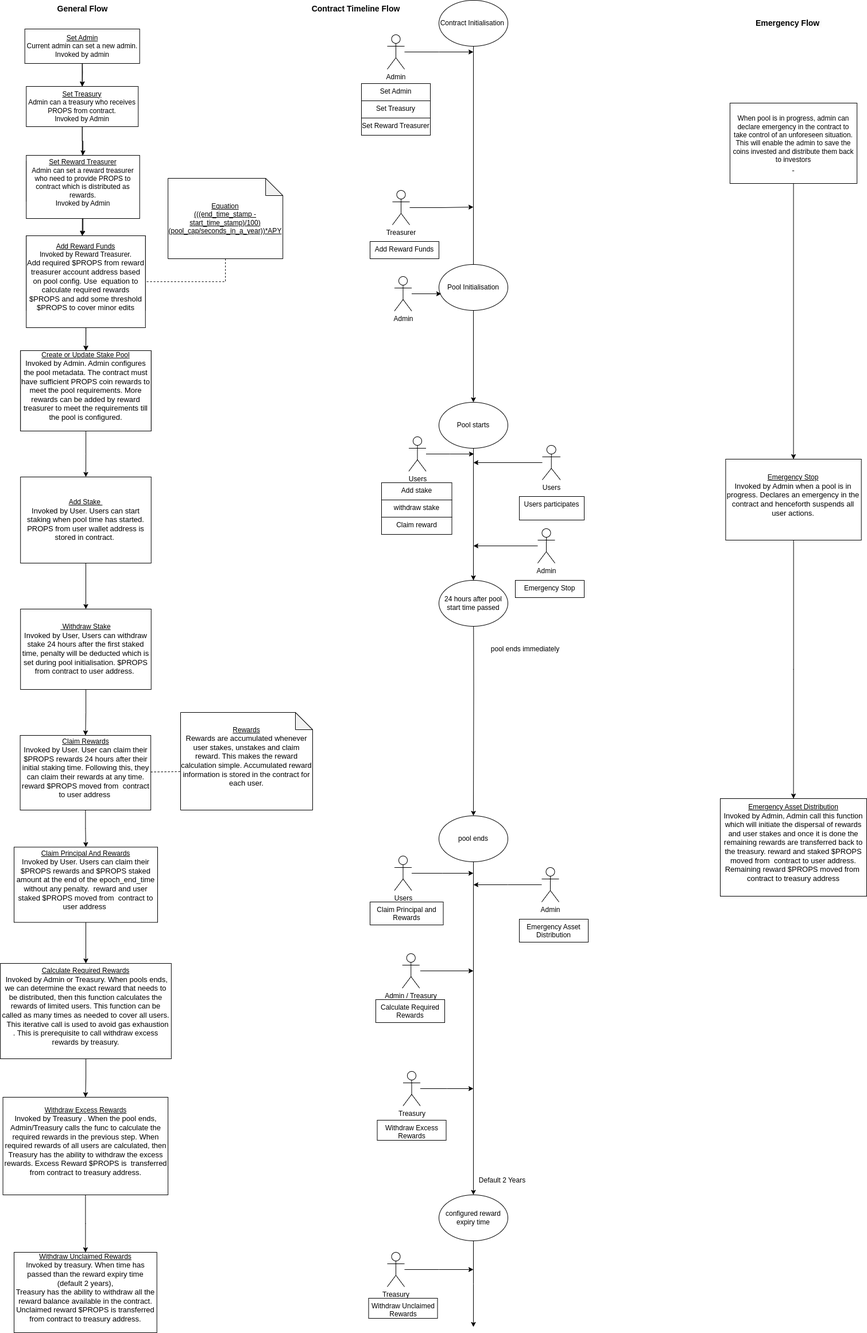
Propbase-Application/propbase_staking_blockchain keeps this draw.io diagram as docs/staking_functional_diagram.png. Above is the earlier version. Source tidied: cells renumbered, new cells last; positions are measured from the earlier drawing's top-left corner, leaving out a move shared by most shapes.
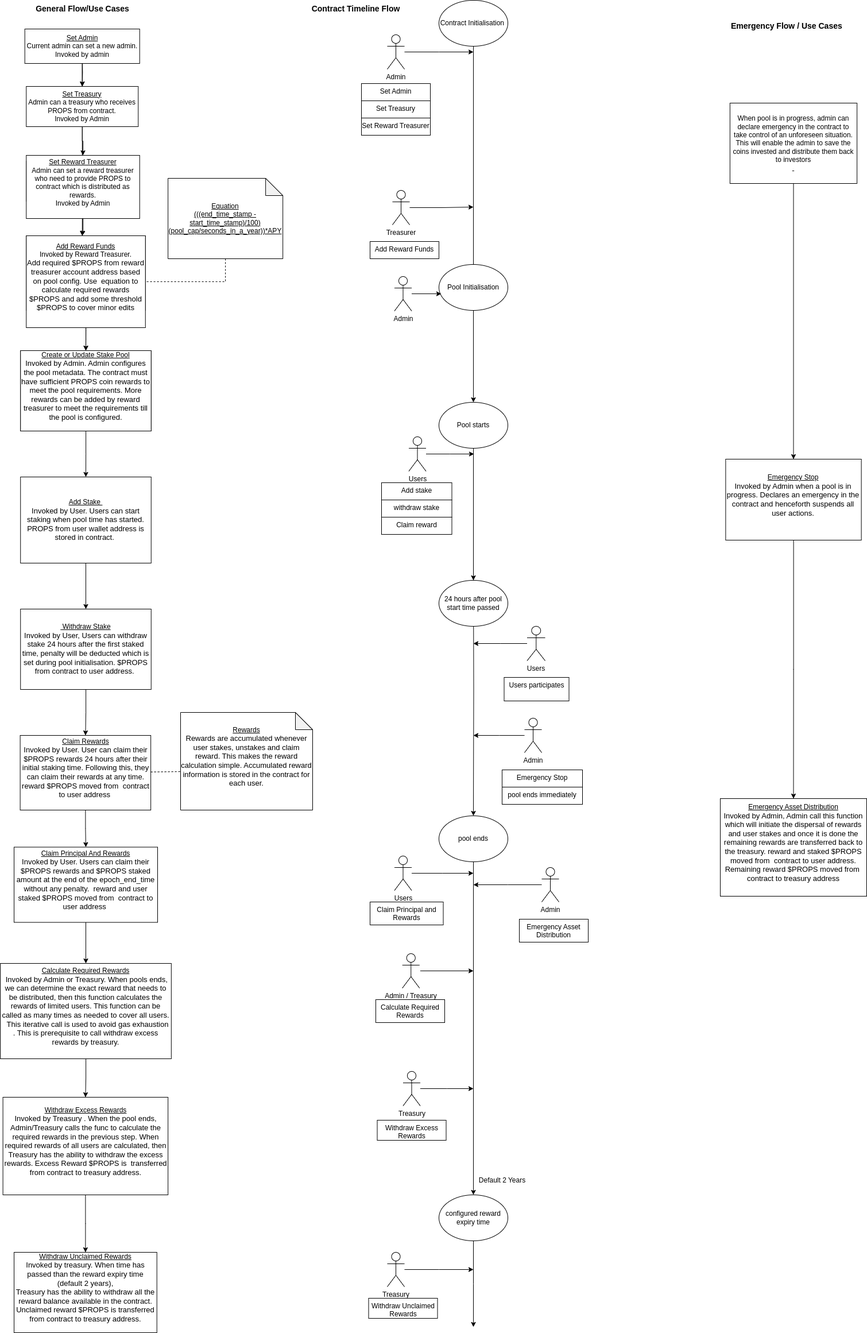
The same file after the commit.

The edit, as a diff of the source:
```diff
@@ -27,8 +27,8 @@
     <mxCell id="8" value="&lt;u&gt;Add Reward Funds&lt;/u&gt;&lt;br&gt;&lt;font style=&quot;font-size: 13px;&quot;&gt;Add required $PROPS from reward treasurer account address based on pool config use&amp;nbsp; equation to calculate required rewards $PROPS and add some threshold $PROPS to cover minor edits&lt;br&gt;&amp;nbsp;&lt;/font&gt;&amp;nbsp;" style="rounded=0;whiteSpace=wrap;html=1;" parent="1" vertex="1">
       <mxGeometry x="45.2" y="410" width="207.5" height="130" as="geometry" />
     </mxCell>
-    <mxCell id="9" value="&lt;b&gt;&lt;font style=&quot;font-size: 14px;&quot;&gt;General Flow&lt;/font&gt;&lt;/b&gt;" style="text;html=1;align=center;verticalAlign=middle;strokeColor=none;fillColor=none;" parent="1" vertex="1">
-      <mxGeometry x="87.8" width="110" height="30" as="geometry" />
+    <mxCell id="9" value="&lt;b&gt;&lt;font style=&quot;font-size: 14px;&quot;&gt;General Flow/Use Cases&lt;/font&gt;&lt;/b&gt;" style="text;html=1;align=center;verticalAlign=middle;strokeColor=none;fillColor=none;" parent="1" vertex="1">
+      <mxGeometry x="47.8" width="190" height="30" as="geometry" />
     </mxCell>
     <mxCell id="10" style="edgeStyle=orthogonalEdgeStyle;rounded=0;jettySize=auto;html=1;entryX=0.5;entryY=0;entryDx=0;entryDy=0;" parent="1" edge="1" source="11" target="13">
       <mxGeometry relative="1" as="geometry" />
@@ -63,8 +63,8 @@
     <mxCell id="20" value="&lt;u&gt;Withdraw Unclaimed Rewards&lt;/u&gt;&lt;br&gt;&lt;font style=&quot;font-size: 13px;&quot;&gt;Invoked by treasury. When time has passed than the reward expiry time (default 2 years),&lt;br&gt;Treasury has the ability to withdraw all the reward balance available in the contract. Unclaimed reward $PROPS is transferred from contract to treasury address.&lt;br&gt;&amp;nbsp;&lt;/font&gt;&amp;nbsp;" style="rounded=0;whiteSpace=wrap;html=1;" parent="1" vertex="1">
       <mxGeometry x="24" y="2180" width="248.8" height="140" as="geometry" />
     </mxCell>
-    <mxCell id="21" value="&lt;span style=&quot;color: rgb(0, 0, 0); font-family: Helvetica; font-style: normal; font-variant-ligatures: normal; font-variant-caps: normal; letter-spacing: normal; orphans: 2; text-align: center; text-indent: 0px; text-transform: none; widows: 2; word-spacing: 0px; -webkit-text-stroke-width: 0px; background-color: rgb(251, 251, 251); text-decoration-thickness: initial; text-decoration-style: initial; text-decoration-color: initial; float: none; display: inline !important;&quot;&gt;&lt;font style=&quot;font-size: 14px;&quot;&gt;&lt;b&gt;Emergency Flow&amp;nbsp;&lt;/b&gt;&lt;/font&gt;&lt;/span&gt;" style="text;whiteSpace=wrap;html=1;" parent="1" vertex="1">
-      <mxGeometry x="1314" y="25" width="130" height="30" as="geometry" />
+    <mxCell id="21" value="&lt;span style=&quot;color: rgb(0, 0, 0); font-family: Helvetica; font-style: normal; font-variant-ligatures: normal; font-variant-caps: normal; letter-spacing: normal; orphans: 2; text-align: center; text-indent: 0px; text-transform: none; widows: 2; word-spacing: 0px; -webkit-text-stroke-width: 0px; background-color: rgb(251, 251, 251); text-decoration-thickness: initial; text-decoration-style: initial; text-decoration-color: initial; float: none; display: inline !important;&quot;&gt;&lt;font style=&quot;font-size: 14px;&quot;&gt;&lt;b&gt;Emergency Flow / Use Cases&lt;/b&gt;&lt;/font&gt;&lt;/span&gt;" style="text;whiteSpace=wrap;html=1;" parent="1" vertex="1">
+      <mxGeometry x="1270.9" y="30" width="210" height="30" as="geometry" />
     </mxCell>
     <mxCell id="22" style="edgeStyle=orthogonalEdgeStyle;rounded=0;jettySize=auto;html=1;entryX=0.5;entryY=0;entryDx=0;entryDy=0;" parent="1" edge="1" source="23" target="26">
       <mxGeometry relative="1" as="geometry" />
@@ -192,24 +192,24 @@
     <mxCell id="59" value="Users" style="shape=umlActor;verticalLabelPosition=bottom;verticalAlign=top;html=1;outlineConnect=0;" parent="1" vertex="1">
       <mxGeometry x="686.5" y="1490" width="30" height="60" as="geometry" />
     </mxCell>
-    <mxCell id="60" style="edgeStyle=orthogonalEdgeStyle;rounded=0;jettySize=auto;html=1;" parent="1" edge="1" source="61">
-      <mxGeometry relative="1" as="geometry">
-        <mxPoint x="824" y="805" as="targetPoint" />
-      </mxGeometry>
-    </mxCell>
+    <mxCell id="95" style="edgeStyle=orthogonalEdgeStyle;rounded=0;jettySize=auto;html=1;" parent="1" edge="1" source="61">
+      <mxGeometry relative="1" as="geometry">
+        <mxPoint x="824" y="1120" as="targetPoint" />
+      </mxGeometry>
+    </mxCell>
     <mxCell id="61" value="Users" style="shape=umlActor;verticalLabelPosition=bottom;verticalAlign=top;html=1;outlineConnect=0;" parent="1" vertex="1">
-      <mxGeometry x="944" y="775" width="31.5" height="60" as="geometry" />
+      <mxGeometry x="917.5" y="1090" width="31.5" height="60" as="geometry" />
     </mxCell>
     <mxCell id="62" value="Users participates" style="whiteSpace=wrap;html=1;verticalAlign=top;" parent="1" vertex="1">
-      <mxGeometry x="904" y="864" width="113" height="41" as="geometry" />
+      <mxGeometry x="877.5" y="1179" width="113" height="41" as="geometry" />
     </mxCell>
-    <mxCell id="63" style="edgeStyle=orthogonalEdgeStyle;rounded=0;jettySize=auto;html=1;" parent="1" edge="1" source="64">
-      <mxGeometry relative="1" as="geometry">
-        <mxPoint x="824" y="950" as="targetPoint" />
-      </mxGeometry>
-    </mxCell>
+    <mxCell id="96" style="edgeStyle=orthogonalEdgeStyle;rounded=0;jettySize=auto;html=1;" parent="1" edge="1" source="64">
+      <mxGeometry relative="1" as="geometry">
+        <mxPoint x="824" y="1280" as="targetPoint" />
+      </mxGeometry>
+    </mxCell>
     <mxCell id="64" value="Admin" style="shape=umlActor;verticalLabelPosition=bottom;verticalAlign=top;html=1;outlineConnect=0;" parent="1" vertex="1">
-      <mxGeometry x="936" y="920" width="30" height="60" as="geometry" />
+      <mxGeometry x="913" y="1250" width="30" height="60" as="geometry" />
     </mxCell>
     <mxCell id="65" value="24 hours after pool start time passed" style="ellipse;whiteSpace=wrap;html=1;" parent="1" vertex="1">
       <mxGeometry x="764" y="1010" width="120" height="80" as="geometry" />
@@ -267,7 +267,7 @@
       <mxGeometry x="656.5" y="1950" width="120" height="35" as="geometry" />
     </mxCell>
     <mxCell id="81" value="&lt;span style=&quot;border-color: var(--border-color);&quot;&gt;Emergency Stop&lt;/span&gt;" style="whiteSpace=wrap;html=1;verticalAlign=top;" parent="1" vertex="1">
-      <mxGeometry x="897" y="1010" width="120" height="30" as="geometry" />
+      <mxGeometry x="874" y="1340" width="140" height="30" as="geometry" />
     </mxCell>
     <mxCell id="82" style="edgeStyle=orthogonalEdgeStyle;rounded=0;jettySize=auto;html=1;" parent="1" edge="1" source="83">
       <mxGeometry relative="1" as="geometry">
@@ -300,9 +300,6 @@
     <mxCell id="90" value="Withdraw Unclaimed Rewards" style="whiteSpace=wrap;html=1;verticalAlign=top;" parent="1" vertex="1">
       <mxGeometry x="641.5" y="2260" width="120" height="35" as="geometry" />
     </mxCell>
-    <mxCell id="91" value="pool ends immediately" style="text;html=1;align=center;verticalAlign=middle;strokeColor=none;fillColor=none;" parent="1" vertex="1">
-      <mxGeometry x="844" y="1115" width="140" height="30" as="geometry" />
-    </mxCell>
     <mxCell id="92" value="&lt;u style=&quot;border-color: var(--border-color);&quot;&gt;Rewards&lt;/u&gt;&lt;br style=&quot;border-color: var(--border-color);&quot;&gt;&lt;font style=&quot;border-color: var(--border-color); font-size: 13px;&quot;&gt;Rewards are accumulated whenever user stakes, unstakes and claim reward. This makes the reward calculation simple. Accumulated reward information is stored in the contract for each user.&lt;br style=&quot;border-color: var(--border-color);&quot;&gt;&amp;nbsp;&lt;/font&gt;&amp;nbsp;" style="shape=note;whiteSpace=wrap;html=1;backgroundOutline=1;darkOpacity=0.05;" parent="1" vertex="1">
       <mxGeometry x="314" y="1240" width="230" height="170" as="geometry" />
     </mxCell>
@@ -312,5 +309,8 @@
     <mxCell id="94" value="&lt;font style=&quot;font-size: 14px;&quot;&gt;&lt;b&gt;Contract Timeline Flow&lt;/b&gt;&lt;/font&gt;" style="text;html=1;align=center;verticalAlign=middle;strokeColor=none;fillColor=none;" parent="1" vertex="1">
       <mxGeometry x="529" width="180" height="30" as="geometry" />
     </mxCell>
+    <mxCell id="91" value="pool ends immediately" style="whiteSpace=wrap;html=1;verticalAlign=top;" parent="1" vertex="1">
+      <mxGeometry x="874" y="1370" width="140" height="30" as="geometry" />
+    </mxCell>
   </root>
 </mxGraphModel>
```
